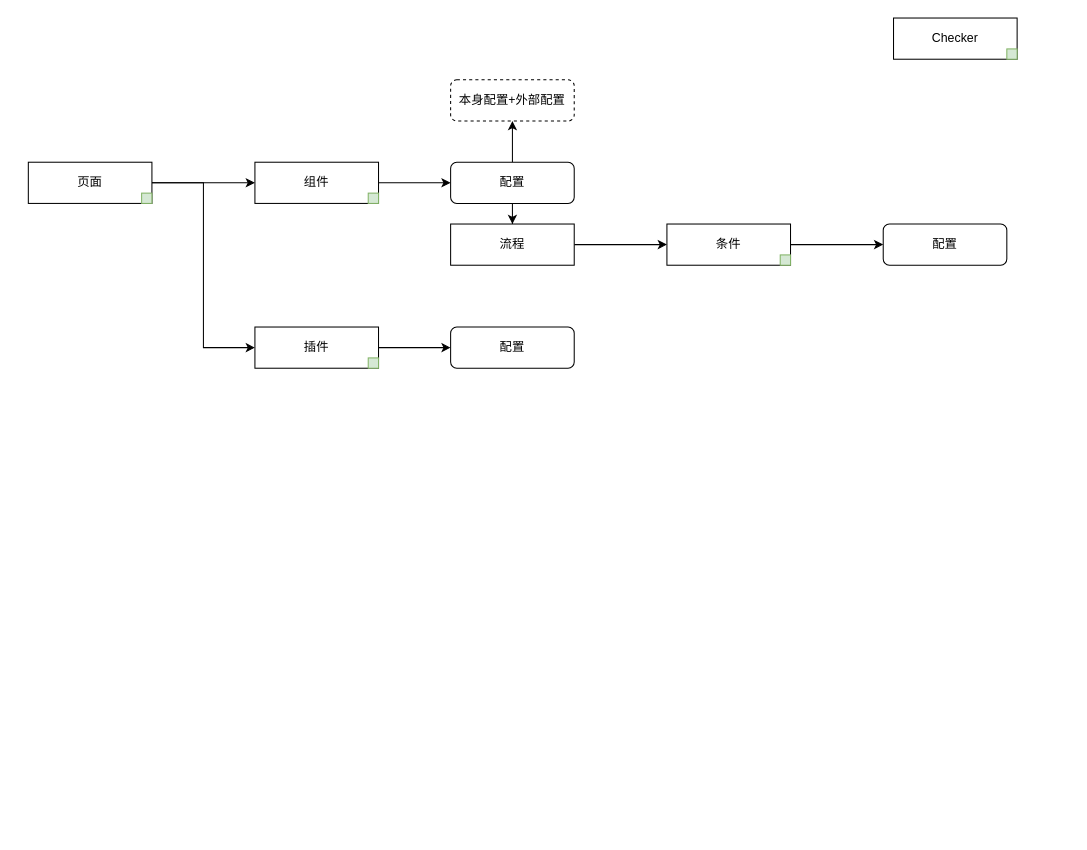
Before: ceiba-checker.drawio in axtrur/resource, a draw.io diagram. Source tidied: cells renumbered, new cells numbered last; positions are measured from the earlier drawing's top-left corner, leaving out a move shared by most shapes. Both pictures are drawn from the tidied source at 103%, with x=0, y=0 at pixel (28, 18).
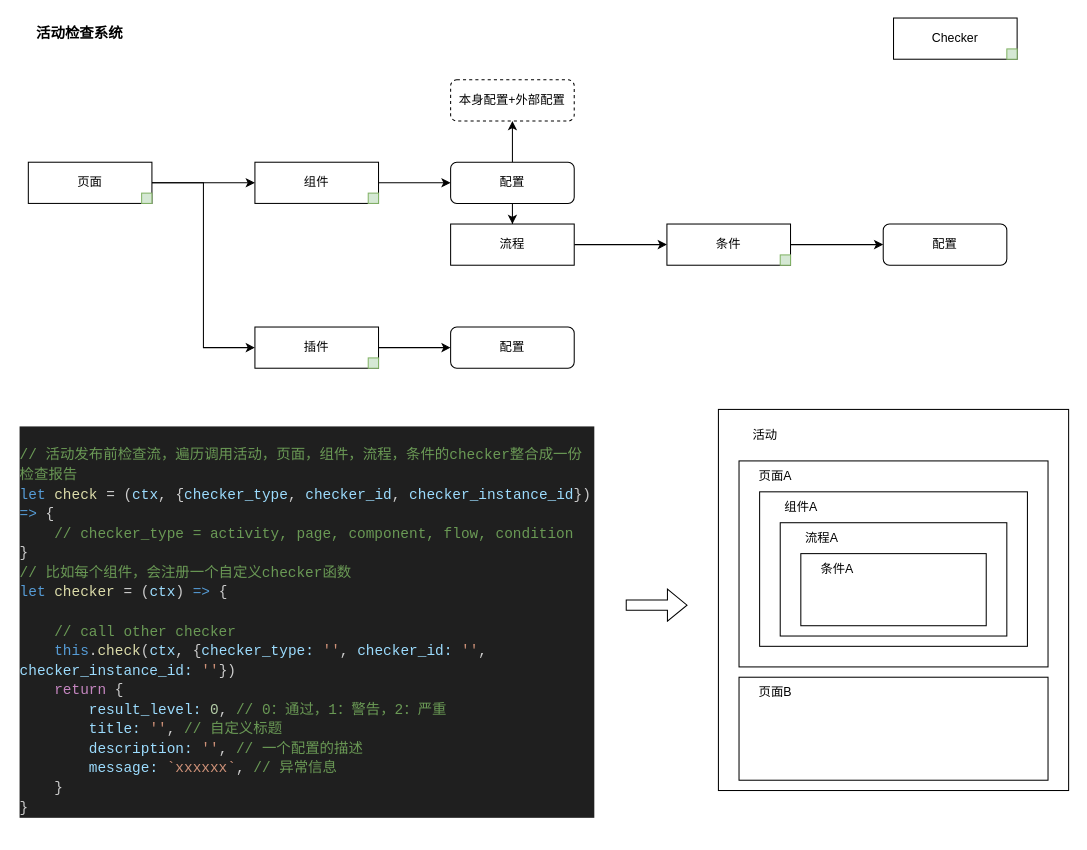
Above is the later version.

The edit, as a diff of the source:
```diff
@@
+    <mxCell id="25" value="&lt;div style=&quot;color: rgb(204, 204, 204); background-color: rgb(31, 31, 31); font-family: Consolas, &amp;quot;Courier New&amp;quot;, monospace; font-weight: normal; font-size: 14px; line-height: 19px;&quot;&gt;&lt;br&gt;&lt;div&gt;&lt;span style=&quot;color: #6a9955;&quot;&gt;// 活动发布前检查流，遍历调用活动，页面，组件，流程，条件的checker整合成一份检查报告&lt;/span&gt;&lt;/div&gt;&lt;div&gt;&lt;span style=&quot;color: #569cd6;&quot;&gt;let&lt;/span&gt;&lt;span style=&quot;color: #cccccc;&quot;&gt; &lt;/span&gt;&lt;span style=&quot;color: #dcdcaa;&quot;&gt;check&lt;/span&gt;&lt;span style=&quot;color: #cccccc;&quot;&gt; &lt;/span&gt;&lt;span style=&quot;color: #d4d4d4;&quot;&gt;=&lt;/span&gt;&lt;span style=&quot;color: #cccccc;&quot;&gt; (&lt;/span&gt;&lt;span style=&quot;color: #9cdcfe;&quot;&gt;ctx&lt;/span&gt;&lt;span style=&quot;color: #cccccc;&quot;&gt;, {&lt;/span&gt;&lt;span style=&quot;color: #9cdcfe;&quot;&gt;checker_type&lt;/span&gt;&lt;span style=&quot;color: #cccccc;&quot;&gt;, &lt;/span&gt;&lt;span style=&quot;color: #9cdcfe;&quot;&gt;checker_id&lt;/span&gt;&lt;span style=&quot;color: #cccccc;&quot;&gt;, &lt;/span&gt;&lt;span style=&quot;color: #9cdcfe;&quot;&gt;checker_instance_id&lt;/span&gt;&lt;span style=&quot;color: #cccccc;&quot;&gt;}) &lt;/span&gt;&lt;span style=&quot;color: #569cd6;&quot;&gt;=&amp;gt;&lt;/span&gt;&lt;span style=&quot;color: #cccccc;&quot;&gt; {&lt;/span&gt;&lt;/div&gt;&lt;div&gt;&lt;span style=&quot;color: #cccccc;&quot;&gt;&amp;nbsp; &amp;nbsp; &lt;/span&gt;&lt;span style=&quot;color: #6a9955;&quot;&gt;// checker_type = activity, page, component, flow, condition&lt;/span&gt;&lt;/div&gt;&lt;div&gt;&lt;span style=&quot;color: #cccccc;&quot;&gt;}&lt;/span&gt;&lt;/div&gt;&lt;div&gt;&lt;span style=&quot;color: #6a9955;&quot;&gt;// 比如每个组件，会注册一个自定义checker函数&lt;/span&gt;&lt;/div&gt;&lt;div&gt;&lt;span style=&quot;color: #569cd6;&quot;&gt;let&lt;/span&gt;&lt;span style=&quot;color: #cccccc;&quot;&gt; &lt;/span&gt;&lt;span style=&quot;color: #dcdcaa;&quot;&gt;checker&lt;/span&gt;&lt;span style=&quot;color: #cccccc;&quot;&gt; &lt;/span&gt;&lt;span style=&quot;color: #d4d4d4;&quot;&gt;=&lt;/span&gt;&lt;span style=&quot;color: #cccccc;&quot;&gt; (&lt;/span&gt;&lt;span style=&quot;color: #9cdcfe;&quot;&gt;ctx&lt;/span&gt;&lt;span style=&quot;color: #cccccc;&quot;&gt;) &lt;/span&gt;&lt;span style=&quot;color: #569cd6;&quot;&gt;=&amp;gt;&lt;/span&gt;&lt;span style=&quot;color: #cccccc;&quot;&gt; {&lt;/span&gt;&lt;/div&gt;&lt;div&gt;&lt;span style=&quot;color: #cccccc;&quot;&gt;&amp;nbsp; &amp;nbsp; &lt;/span&gt;&lt;/div&gt;&lt;div&gt;&lt;span style=&quot;color: #cccccc;&quot;&gt;&amp;nbsp; &amp;nbsp; &lt;/span&gt;&lt;span style=&quot;color: #6a9955;&quot;&gt;// call other checker &lt;/span&gt;&lt;/div&gt;&lt;div&gt;&lt;span style=&quot;color: #cccccc;&quot;&gt;&amp;nbsp; &amp;nbsp; &lt;/span&gt;&lt;span style=&quot;color: #569cd6;&quot;&gt;this&lt;/span&gt;&lt;span style=&quot;color: #cccccc;&quot;&gt;.&lt;/span&gt;&lt;span style=&quot;color: #dcdcaa;&quot;&gt;check&lt;/span&gt;&lt;span style=&quot;color: #cccccc;&quot;&gt;(&lt;/span&gt;&lt;span style=&quot;color: #9cdcfe;&quot;&gt;ctx&lt;/span&gt;&lt;span style=&quot;color: #cccccc;&quot;&gt;, {&lt;/span&gt;&lt;span style=&quot;color: #9cdcfe;&quot;&gt;checker_type&lt;/span&gt;&lt;span style=&quot;color: #9cdcfe;&quot;&gt;:&lt;/span&gt;&lt;span style=&quot;color: #cccccc;&quot;&gt; &lt;/span&gt;&lt;span style=&quot;color: #ce9178;&quot;&gt;''&lt;/span&gt;&lt;span style=&quot;color: #cccccc;&quot;&gt;, &lt;/span&gt;&lt;span style=&quot;color: #9cdcfe;&quot;&gt;checker_id&lt;/span&gt;&lt;span style=&quot;color: #9cdcfe;&quot;&gt;:&lt;/span&gt;&lt;span style=&quot;color: #cccccc;&quot;&gt; &lt;/span&gt;&lt;span style=&quot;color: #ce9178;&quot;&gt;''&lt;/span&gt;&lt;span style=&quot;color: #cccccc;&quot;&gt;, &lt;/span&gt;&lt;span style=&quot;color: #9cdcfe;&quot;&gt;checker_instance_id&lt;/span&gt;&lt;span style=&quot;color: #9cdcfe;&quot;&gt;:&lt;/span&gt;&lt;span style=&quot;color: #cccccc;&quot;&gt; &lt;/span&gt;&lt;span style=&quot;color: #ce9178;&quot;&gt;''&lt;/span&gt;&lt;span style=&quot;color: #cccccc;&quot;&gt;})&lt;/span&gt;&lt;/div&gt;&lt;div&gt;&lt;span style=&quot;color: #cccccc;&quot;&gt;&amp;nbsp; &amp;nbsp; &lt;/span&gt;&lt;span style=&quot;color: #c586c0;&quot;&gt;return&lt;/span&gt;&lt;span style=&quot;color: #cccccc;&quot;&gt; {&lt;/span&gt;&lt;/div&gt;&lt;div&gt;&lt;span style=&quot;color: #cccccc;&quot;&gt;&amp;nbsp; &amp;nbsp; &amp;nbsp; &amp;nbsp; &lt;/span&gt;&lt;span style=&quot;color: #9cdcfe;&quot;&gt;result_level&lt;/span&gt;&lt;span style=&quot;color: #9cdcfe;&quot;&gt;:&lt;/span&gt;&lt;span style=&quot;color: #cccccc;&quot;&gt; &lt;/span&gt;&lt;span style=&quot;color: #b5cea8;&quot;&gt;0&lt;/span&gt;&lt;span style=&quot;color: #cccccc;&quot;&gt;, &lt;/span&gt;&lt;span style=&quot;color: #6a9955;&quot;&gt;// 0：通过，1：警告，2：严重&lt;/span&gt;&lt;/div&gt;&lt;div&gt;&lt;span style=&quot;color: #cccccc;&quot;&gt;&amp;nbsp; &amp;nbsp; &amp;nbsp; &amp;nbsp; &lt;/span&gt;&lt;span style=&quot;color: #9cdcfe;&quot;&gt;title&lt;/span&gt;&lt;span style=&quot;color: #9cdcfe;&quot;&gt;:&lt;/span&gt;&lt;span style=&quot;color: #cccccc;&quot;&gt; &lt;/span&gt;&lt;span style=&quot;color: #ce9178;&quot;&gt;''&lt;/span&gt;&lt;span style=&quot;color: #cccccc;&quot;&gt;, &lt;/span&gt;&lt;span style=&quot;color: #6a9955;&quot;&gt;// 自定义标题&lt;/span&gt;&lt;/div&gt;&lt;div&gt;&lt;span style=&quot;color: #cccccc;&quot;&gt;&amp;nbsp; &amp;nbsp; &amp;nbsp; &amp;nbsp; &lt;/span&gt;&lt;span style=&quot;color: #9cdcfe;&quot;&gt;description&lt;/span&gt;&lt;span style=&quot;color: #9cdcfe;&quot;&gt;:&lt;/span&gt;&lt;span style=&quot;color: #cccccc;&quot;&gt; &lt;/span&gt;&lt;span style=&quot;color: #ce9178;&quot;&gt;''&lt;/span&gt;&lt;span style=&quot;color: #cccccc;&quot;&gt;, &lt;/span&gt;&lt;span style=&quot;color: #6a9955;&quot;&gt;// 一个配置的描述&lt;/span&gt;&lt;/div&gt;&lt;div&gt;&lt;span style=&quot;color: #cccccc;&quot;&gt;&amp;nbsp; &amp;nbsp; &amp;nbsp; &amp;nbsp; &lt;/span&gt;&lt;span style=&quot;color: #9cdcfe;&quot;&gt;message&lt;/span&gt;&lt;span style=&quot;color: #9cdcfe;&quot;&gt;:&lt;/span&gt;&lt;span style=&quot;color: #cccccc;&quot;&gt; &lt;/span&gt;&lt;span style=&quot;color: #ce9178;&quot;&gt;`xxxxxx`&lt;/span&gt;&lt;span style=&quot;color: #cccccc;&quot;&gt;, &lt;/span&gt;&lt;span style=&quot;color: #6a9955;&quot;&gt;// 异常信息&lt;/span&gt;&lt;/div&gt;&lt;div&gt;&lt;span style=&quot;color: #cccccc;&quot;&gt;&amp;nbsp; &amp;nbsp; }&lt;/span&gt;&lt;/div&gt;&lt;div&gt;&lt;span style=&quot;color: #cccccc;&quot;&gt;}&lt;/span&gt;&lt;/div&gt;&lt;/div&gt;" style="text;whiteSpace=wrap;html=1;" parent="1" vertex="1">
+      <mxGeometry x="-10" y="390" width="560" height="400" as="geometry" />
+    </mxCell>
+    <mxCell id="26" style="rounded=0;whiteSpace=wrap;html=1;" parent="1" vertex="1">
+      <mxGeometry x="670" y="380" width="340" height="370" as="geometry" />
+    </mxCell>
+    <mxCell id="27" style="rounded=0;whiteSpace=wrap;html=1;" parent="1" vertex="1">
+      <mxGeometry x="690" y="430" width="300" height="200" as="geometry" />
+    </mxCell>
+    <mxCell id="28" value="活动" style="text;html=1;align=center;verticalAlign=middle;strokeColor=none;fillColor=none;" parent="1" vertex="1">
+      <mxGeometry x="690" y="390" width="50" height="30" as="geometry" />
+    </mxCell>
+    <mxCell id="29" style="rounded=0;whiteSpace=wrap;html=1;" parent="1" vertex="1">
+      <mxGeometry x="710" y="460" width="260" height="150" as="geometry" />
+    </mxCell>
+    <mxCell id="30" style="rounded=0;whiteSpace=wrap;html=1;" parent="1" vertex="1">
+      <mxGeometry x="730" y="490" width="220" height="110" as="geometry" />
+    </mxCell>
+    <mxCell id="31" value="页面A" style="text;html=1;align=center;verticalAlign=middle;strokeColor=none;fillColor=none;" parent="1" vertex="1">
+      <mxGeometry x="695" y="430" width="60" height="30" as="geometry" />
+    </mxCell>
+    <mxCell id="32" value="组件A" style="text;html=1;align=center;verticalAlign=middle;strokeColor=none;fillColor=none;" parent="1" vertex="1">
+      <mxGeometry x="720" y="460" width="60" height="30" as="geometry" />
+    </mxCell>
+    <mxCell id="33" style="rounded=0;whiteSpace=wrap;html=1;" parent="1" vertex="1">
+      <mxGeometry x="750" y="520" width="180" height="70" as="geometry" />
+    </mxCell>
+    <mxCell id="34" value="流程A" style="text;html=1;align=center;verticalAlign=middle;strokeColor=none;fillColor=none;" parent="1" vertex="1">
+      <mxGeometry x="740" y="490" width="60" height="30" as="geometry" />
+    </mxCell>
+    <mxCell id="35" value="条件A" style="text;html=1;align=center;verticalAlign=middle;strokeColor=none;fillColor=none;" parent="1" vertex="1">
+      <mxGeometry x="755" y="520" width="60" height="30" as="geometry" />
+    </mxCell>
+    <mxCell id="36" style="rounded=0;whiteSpace=wrap;html=1;" parent="1" vertex="1">
+      <mxGeometry x="690" y="640" width="300" height="100" as="geometry" />
+    </mxCell>
+    <mxCell id="37" value="页面B" style="text;html=1;align=center;verticalAlign=middle;strokeColor=none;fillColor=none;" parent="1" vertex="1">
+      <mxGeometry x="695" y="640" width="60" height="30" as="geometry" />
+    </mxCell>
+    <mxCell id="38" style="shape=flexArrow;endArrow=classic;html=1;rounded=0;" parent="1" edge="1">
+      <mxGeometry relative="1" as="geometry">
+        <mxPoint x="580" y="570" as="sourcePoint" />
+        <mxPoint x="640" y="570" as="targetPoint" />
+      </mxGeometry>
+    </mxCell>
+    <mxCell id="39" value="活动检查系统" style="text;html=1;strokeColor=none;fillColor=none;align=center;verticalAlign=middle;whiteSpace=wrap;rounded=0;fontStyle=1;fontSize=14;" parent="1" vertex="1">
+      <mxGeometry x="-10" width="120" height="30" as="geometry" />
+    </mxCell>
```
